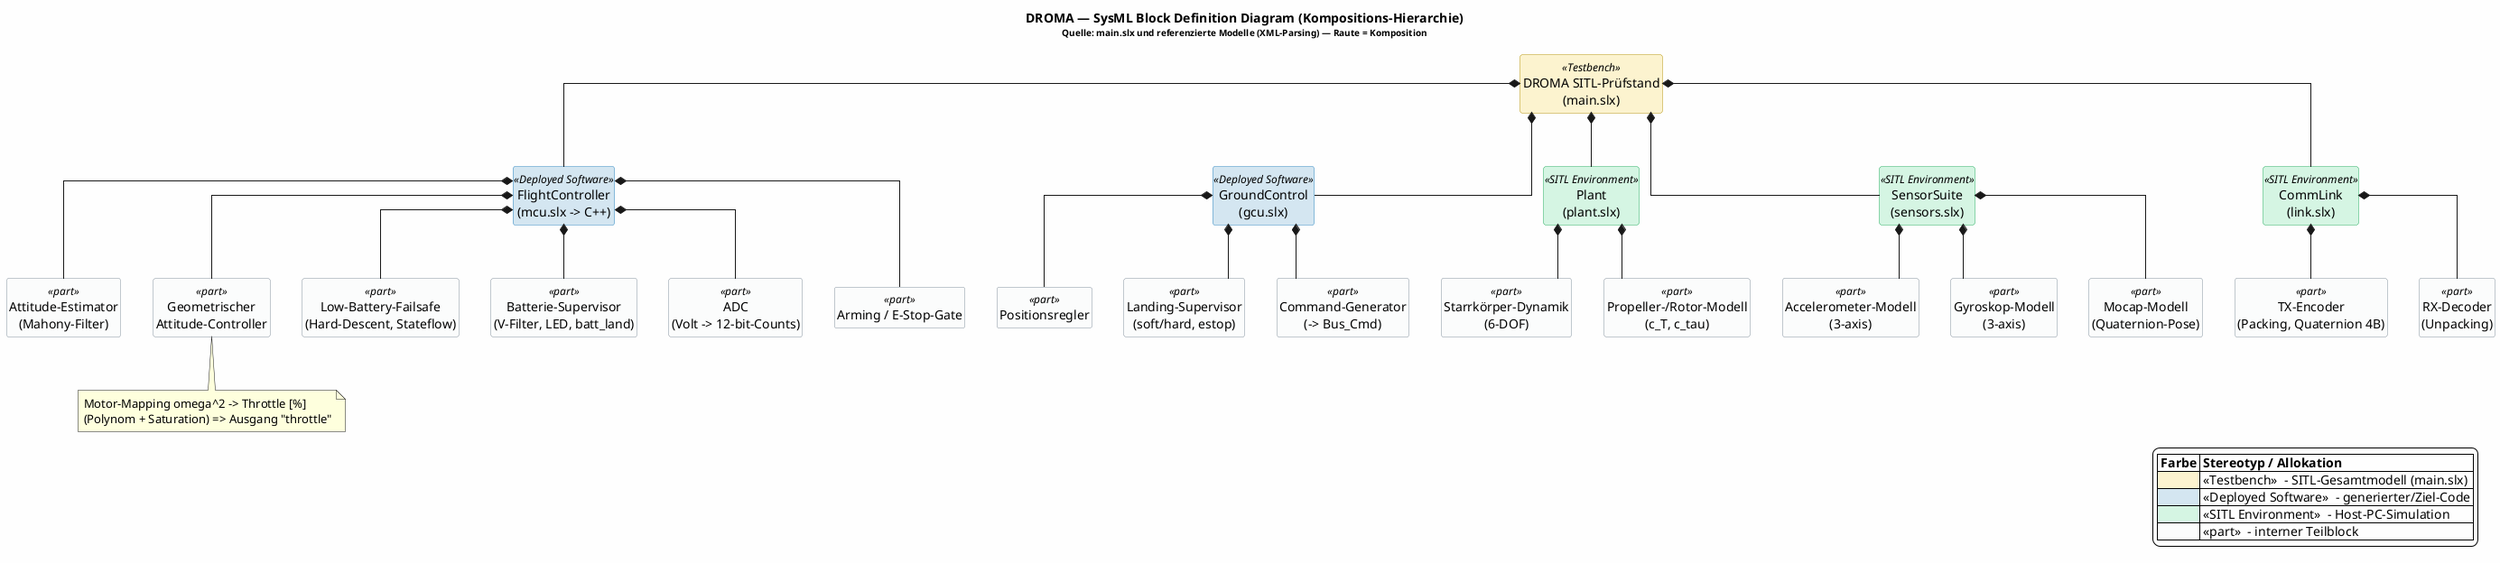
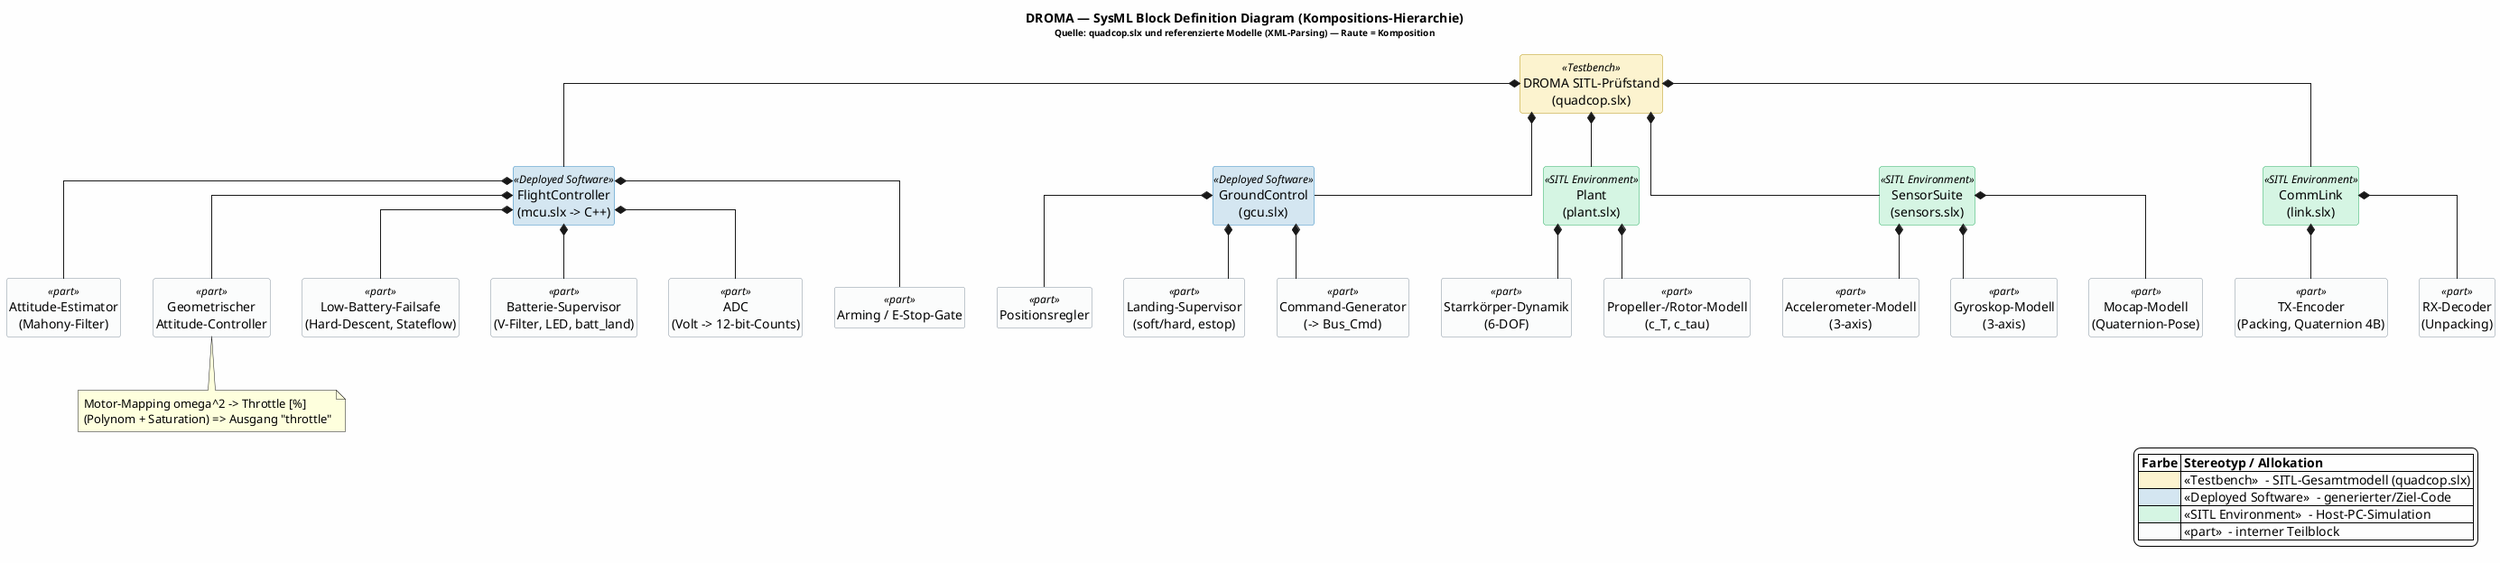
@startuml DROMA_BDD
' =====================================================================
'  DROMA — SysML Block Definition Diagram (Kompositions-Hierarchie)
- '  Quelle: main.slx + plant/sensors/mcu/link/gcu.slx  (XML-Parsing)
+ '  Quelle: quadcop.slx + plant/sensors/mcu/link/gcu.slx  (XML-Parsing)
'  Zeigt: welcher Block AUS WELCHEN Teilen besteht (schwarze Raute = Komposition)
' =====================================================================
skinparam backgroundColor #FEFEFE
skinparam shadowing false
skinparam linetype ortho
skinparam defaultFontName "Segoe UI"
hide empty members
hide circle
skinparam class {
  BackgroundColor<<Deployed Software>> #D4E6F1
  BorderColor<<Deployed Software>>     #2E86C1
  BackgroundColor<<SITL Environment>>  #D5F5E3
  BorderColor<<SITL Environment>>      #27AE60
  BackgroundColor<<Testbench>>         #FCF3CF
  BorderColor<<Testbench>>             #B7950B
  BackgroundColor<<part>>              #FBFCFC
  BorderColor<<part>>                  #85929E
  FontColor black
}

- title <b>DROMA — SysML Block Definition Diagram (Kompositions-Hierarchie)</b>\n<size:10>Quelle: main.slx und referenzierte Modelle (XML-Parsing) — Raute = Komposition</size>
+ title <b>DROMA — SysML Block Definition Diagram (Kompositions-Hierarchie)</b>\n<size:10>Quelle: quadcop.slx und referenzierte Modelle (XML-Parsing) — Raute = Komposition</size>

' =====================  EBENE 0: Prüfstand  ==========================
- class "DROMA SITL-Prüfstand\n(main.slx)" as SYS <<Testbench>>
+ class "DROMA SITL-Prüfstand\n(quadcop.slx)" as SYS <<Testbench>>

' =====================  EBENE 1: Komponenten  ========================
class "FlightController\n(mcu.slx -> C++)" as MCU <<Deployed Software>>
class "GroundControl\n(gcu.slx)"          as GCU <<Deployed Software>>
class "Plant\n(plant.slx)"                as PLANT <<SITL Environment>>
class "SensorSuite\n(sensors.slx)"        as SENS <<SITL Environment>>
class "CommLink\n(link.slx)"              as LINK <<SITL Environment>>

SYS *-- MCU
SYS *-- GCU
SYS *-- PLANT
SYS *-- SENS
SYS *-- LINK

' =====================  EBENE 2: FlightController  ===================
class "Attitude-Estimator\n(Mahony-Filter)"            as F_EST  <<part>>
class "Geometrischer\nAttitude-Controller"             as F_CTRL <<part>>
class "Low-Battery-Failsafe\n(Hard-Descent, Stateflow)" as F_FS   <<part>>
class "Batterie-Supervisor\n(V-Filter, LED, batt_land)" as F_BAT  <<part>>
class "ADC\n(Volt -> 12-bit-Counts)"                   as F_ADC  <<part>>
class "Arming / E-Stop-Gate"                           as F_ARM  <<part>>
MCU *-- F_EST
MCU *-- F_CTRL
MCU *-- F_FS
MCU *-- F_BAT
MCU *-- F_ADC
MCU *-- F_ARM
note bottom of F_CTRL
  Motor-Mapping omega^2 -> Throttle [%]
  (Polynom + Saturation) => Ausgang "throttle"
end note

' =====================  EBENE 2: GroundControl  =====================
class "Positionsregler"                as G_POS  <<part>>
class "Landing-Supervisor\n(soft/hard, estop)" as G_LAND <<part>>
class "Command-Generator\n(-> Bus_Cmd)" as G_CMD  <<part>>
GCU *-- G_POS
GCU *-- G_LAND
GCU *-- G_CMD

' =====================  EBENE 2: Plant  =============================
class "Starrkörper-Dynamik\n(6-DOF)"        as P_RB   <<part>>
class "Propeller-/Rotor-Modell\n(c_T, c_tau)" as P_PROP <<part>>
PLANT *-- P_RB
PLANT *-- P_PROP

' =====================  EBENE 2: SensorSuite  =======================
class "Accelerometer-Modell\n(3-axis)"   as S_ACC <<part>>
class "Gyroskop-Modell\n(3-axis)"        as S_GYR <<part>>
class "Mocap-Modell\n(Quaternion-Pose)"  as S_MOC <<part>>
SENS *-- S_ACC
SENS *-- S_GYR
SENS *-- S_MOC

' =====================  EBENE 2: CommLink  ==========================
class "TX-Encoder\n(Packing, Quaternion 4B)" as L_TX <<part>>
class "RX-Decoder\n(Unpacking)"              as L_RX <<part>>
LINK *-- L_TX
LINK *-- L_RX

legend right
  |= Farbe |= Stereotyp / Allokation |
-   |<#FCF3CF>   | <<Testbench>>  – SITL-Gesamtmodell (main.slx) |
+   |<#FCF3CF>   | <<Testbench>>  – SITL-Gesamtmodell (quadcop.slx) |
  |<#D4E6F1>   | <<Deployed Software>>  – generierter/Ziel-Code |
  |<#D5F5E3>   | <<SITL Environment>>  – Host-PC-Simulation |
  |<#FBFCFC>   | <<part>>  – interner Teilblock |
endlegend
@enduml
